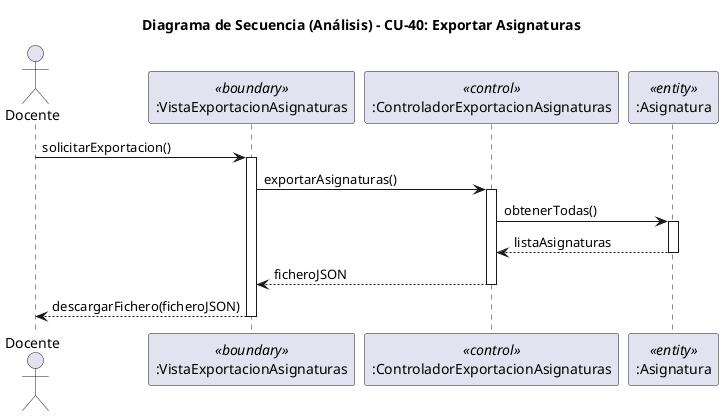
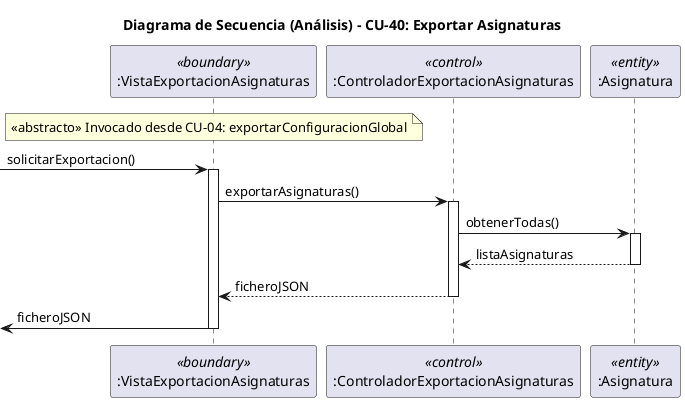
- ﻿@startuml cu40-exportarAsignaturas-analisis-secuencia
+ @startuml cu40-exportarAsignaturas-analisis-secuencia
title Diagrama de Secuencia (Análisis) - CU-40: Exportar Asignaturas

- actor "Docente" as Actor
participant ":VistaExportacionAsignaturas" as Boundary <<boundary>>
participant ":ControladorExportacionAsignaturas" as Control <<control>>
participant ":Asignatura" as Entity <<entity>>

- Actor -> Boundary : solicitarExportacion()
+ note over Boundary : <<abstracto>> Invocado desde CU-04: exportarConfiguracionGlobal
+ 
+ [-> Boundary : solicitarExportacion()
activate Boundary

Boundary -> Control : exportarAsignaturas()
activate Control

Control -> Entity : obtenerTodas()
activate Entity
Entity --> Control : listaAsignaturas
deactivate Entity

Control --> Boundary : ficheroJSON
deactivate Control

- Boundary --> Actor : descargarFichero(ficheroJSON)
+ [<- Boundary : ficheroJSON
deactivate Boundary

@enduml
